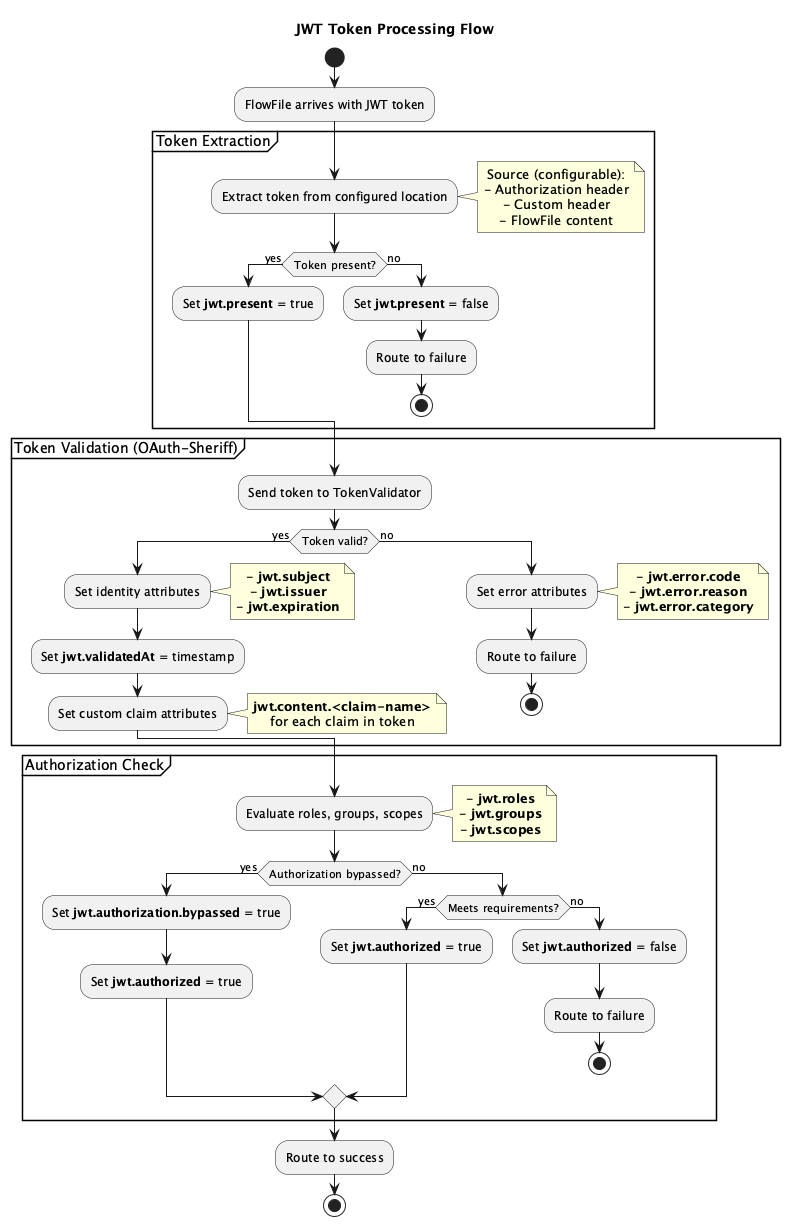
The PlantUML diagram doc/plantuml/jwt-token-flow.png in cuioss/nifi-extensions, before a commit.
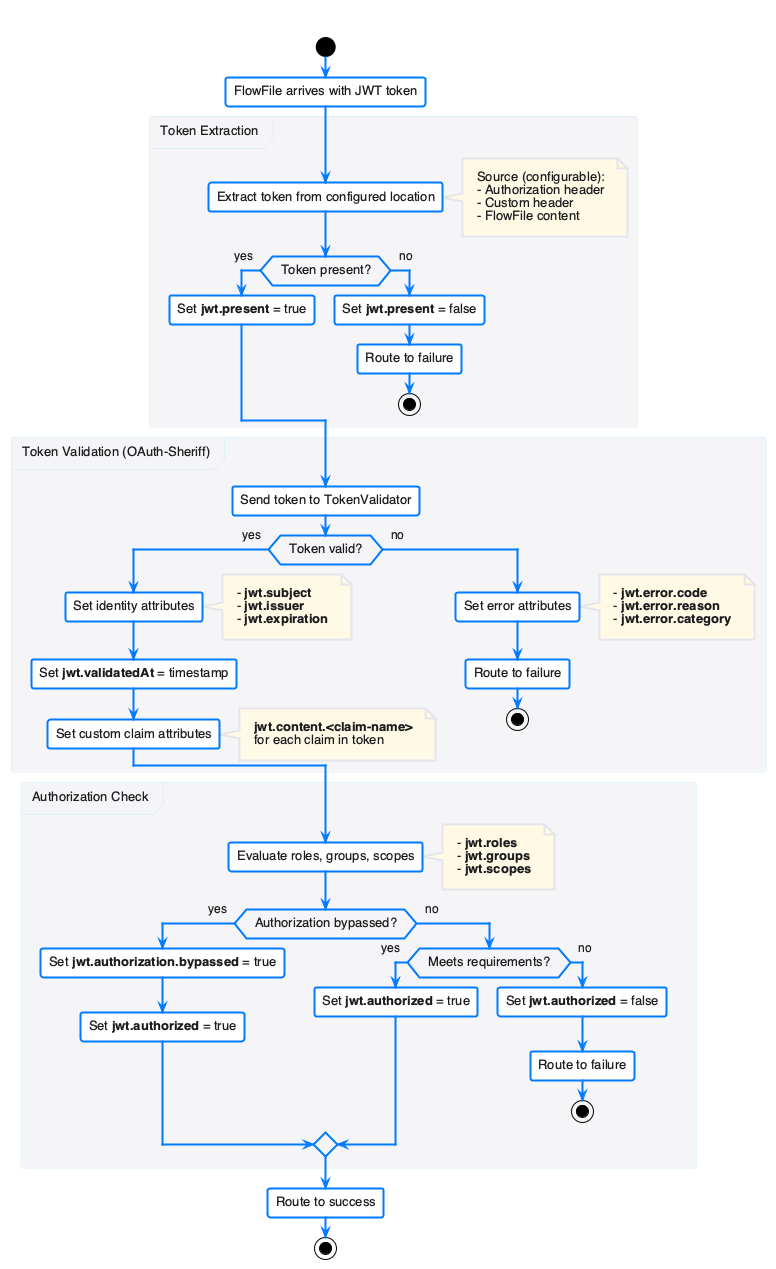
Above is the later version.

Diff of the diagram source:
```diff
@@ -1,7 +1,6 @@
 @startuml jwt-token-flow
+!include plantuml.skin
 !pragma layout smetana
-skinparam defaultTextAlignment center
-skinparam componentStyle uml2
 
 title "JWT Token Processing Flow"
 
```
